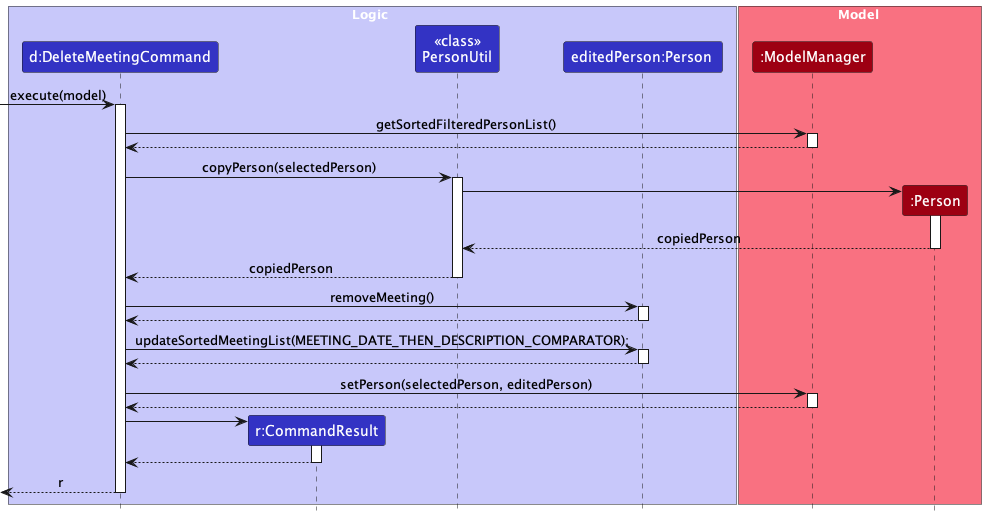
Above: docs/images/DeleteMeetingSequenceDiagram.png in whitesnowx/tp (PlantUML), before the change.
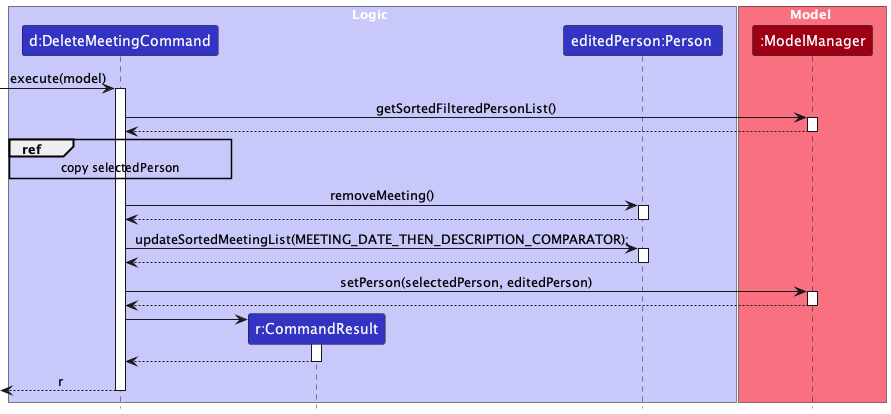
The same file after the commit.

Commit message:
Split copy person as refrence in the diagrams

What changed in the source:
```diff
@@ -5,13 +5,11 @@
 box Logic LOGIC_COLOR_T1
 participant "d:DeleteMeetingCommand" as DeleteMeetingCommand LOGIC_COLOR
 participant "r:CommandResult" as CommandResult LOGIC_COLOR
-participant "<<class>>\nPersonUtil" as PersonUtil LOGIC_COLOR
 participant "editedPerson:Person " as editedPerson LOGIC_COLOR
 end box
 
 box Model MODEL_COLOR_T1
 participant ":ModelManager" as Model MODEL_COLOR
-participant ":Person" as Person MODEL_COLOR
 end box
 
 [-> DeleteMeetingCommand : execute(model)
@@ -21,14 +19,7 @@
 activate Model
 return
 
-DeleteMeetingCommand -> PersonUtil : copyPerson(selectedPerson)
-activate PersonUtil
-
-create Person
-PersonUtil -> Person++
-return copiedPerson
-
-return copiedPerson
+ref over DeleteMeetingCommand : copy selectedPerson
 
 DeleteMeetingCommand -> editedPerson : removeMeeting()
 activate editedPerson
```
